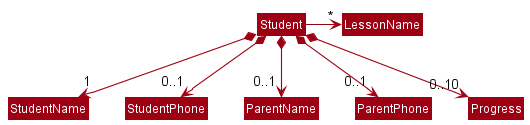
Earlier version of the PlantUML export docs/images/StudentClassDiagram.png (nus-cs2103-AY2122S1/tp).
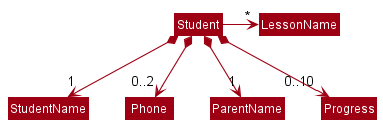
Later version of the same file.

Commit message:
Make changes to UML diagram and minor DG edits

What changed in the source:
```diff
@@ -7,16 +7,14 @@
 
 Class Student
 Class StudentName
-Class StudentPhone
+Class Phone
 Class ParentName
-Class ParentPhone
 Class Progress
 Class LessonName
 
 Student *--> "1"StudentName
-Student *--> "0..1"StudentPhone
-Student *--> "0..1"ParentName
-Student *--> "0..1"ParentPhone
+Student *--> "0..2" Phone
+Student *--> "1"ParentName
 Student *--> "0..10"Progress
 Student -right-> "*"LessonName
 
```
